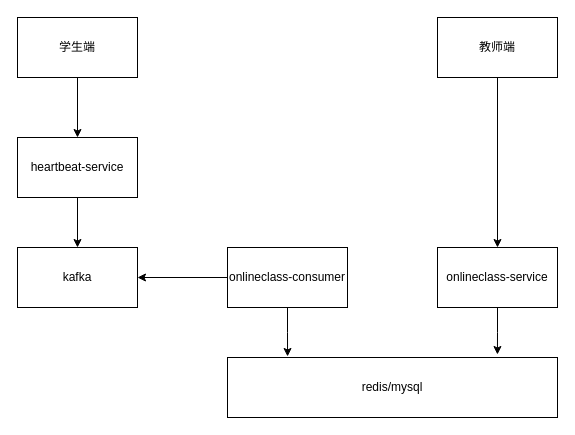
The draw.io diagram 莫顿图结构.drawio in xiell2016/hetaoDesign, before the edit. Source tidied: cells renumbered, new cells numbered last; positions are measured from the earlier drawing's top-left corner, leaving out a move shared by most shapes. Both pictures are drawn from the tidied source at 100%, with x=0, y=0 at pixel (17, 17).
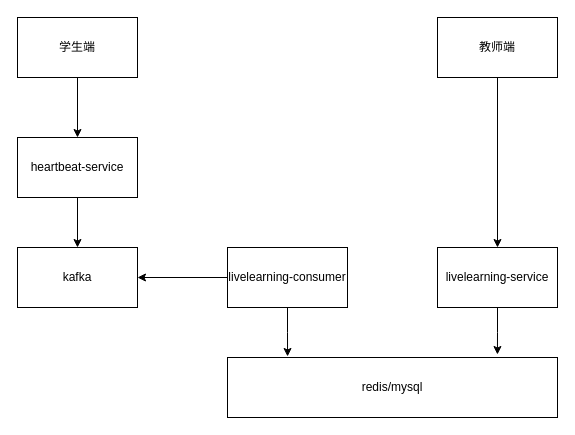
The same page after the edit.

Commit message:
更新莫顿图结构.drawio

Diff of the diagram source:
```diff
@@
 <mxGraphModel>
   <root>
     <mxCell id="0" />
     <mxCell id="1" parent="0" />
     <mxCell id="2" style="edgeStyle=orthogonalEdgeStyle;rounded=0;jettySize=auto;html=1;exitX=0.5;exitY=1;exitDx=0;exitDy=0;entryX=0.5;entryY=0;entryDx=0;entryDy=0;" parent="1" edge="1" source="3" target="14">
       <mxGeometry relative="1" as="geometry" />
     </mxCell>
     <mxCell id="3" value="学生端" style="rounded=0;whiteSpace=wrap;html=1;" parent="1" vertex="1">
       <mxGeometry width="120" height="60" as="geometry" />
     </mxCell>
     <mxCell id="4" value="redis/mysql" style="rounded=0;whiteSpace=wrap;html=1;" parent="1" vertex="1">
       <mxGeometry x="210" y="340" width="330" height="60" as="geometry" />
     </mxCell>
     <mxCell id="5" value="kafka" style="rounded=0;whiteSpace=wrap;html=1;" parent="1" vertex="1">
       <mxGeometry y="230" width="120" height="60" as="geometry" />
     </mxCell>
     <mxCell id="6" style="edgeStyle=orthogonalEdgeStyle;rounded=0;jettySize=auto;html=1;exitX=0.5;exitY=1;exitDx=0;exitDy=0;" parent="1" edge="1" source="7" target="9">
       <mxGeometry relative="1" as="geometry" />
     </mxCell>
     <mxCell id="7" value="教师端" style="rounded=0;whiteSpace=wrap;html=1;" parent="1" vertex="1">
       <mxGeometry x="420" width="120" height="60" as="geometry" />
     </mxCell>
     <mxCell id="8" style="edgeStyle=orthogonalEdgeStyle;rounded=0;jettySize=auto;html=1;exitX=0.5;exitY=1;exitDx=0;exitDy=0;entryX=0.818;entryY=-0.05;entryDx=0;entryDy=0;entryPerimeter=0;" parent="1" edge="1" source="9" target="4">
       <mxGeometry relative="1" as="geometry" />
     </mxCell>
-    <mxCell id="9" value="onlineclass-service" style="rounded=0;whiteSpace=wrap;html=1;" parent="1" vertex="1">
+    <mxCell id="9" value="livelearning-service" style="rounded=0;whiteSpace=wrap;html=1;" parent="1" vertex="1">
       <mxGeometry x="420" y="230" width="120" height="60" as="geometry" />
     </mxCell>
     <mxCell id="10" style="edgeStyle=orthogonalEdgeStyle;rounded=0;jettySize=auto;html=1;" parent="1" edge="1" source="12" target="5">
       <mxGeometry relative="1" as="geometry" />
     </mxCell>
     <mxCell id="11" style="edgeStyle=orthogonalEdgeStyle;rounded=0;jettySize=auto;html=1;exitX=0.5;exitY=1;exitDx=0;exitDy=0;entryX=0.182;entryY=-0.017;entryDx=0;entryDy=0;entryPerimeter=0;" parent="1" edge="1" source="12" target="4">
       <mxGeometry relative="1" as="geometry" />
     </mxCell>
-    <mxCell id="12" value="onlineclass-consumer" style="rounded=0;whiteSpace=wrap;html=1;" parent="1" vertex="1">
+    <mxCell id="12" value="livelearning-consumer" style="rounded=0;whiteSpace=wrap;html=1;" parent="1" vertex="1">
       <mxGeometry x="210" y="230" width="120" height="60" as="geometry" />
     </mxCell>
     <mxCell id="13" style="edgeStyle=orthogonalEdgeStyle;rounded=0;jettySize=auto;html=1;exitX=0.5;exitY=1;exitDx=0;exitDy=0;" parent="1" edge="1" source="14" target="5">
       <mxGeometry relative="1" as="geometry" />
     </mxCell>
     <mxCell id="14" value="heartbeat-service" style="rounded=0;whiteSpace=wrap;html=1;" parent="1" vertex="1">
       <mxGeometry y="120" width="120" height="60" as="geometry" />
     </mxCell>
   </root>
 </mxGraphModel>
```
